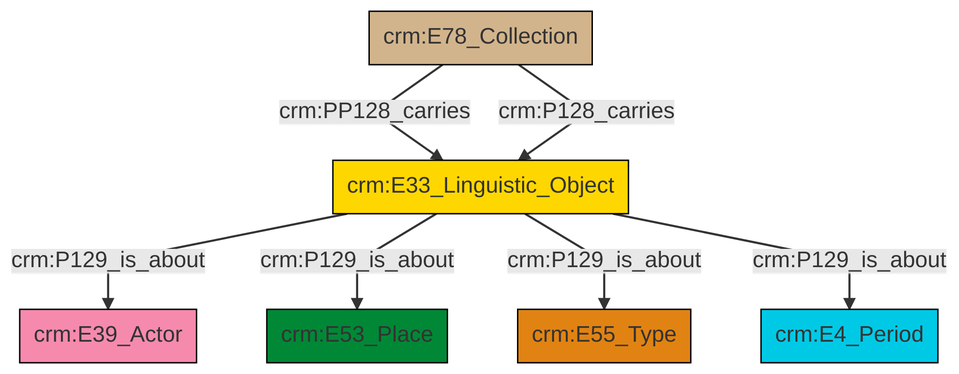
The Mermaid diagram et/archivalCSV/ttl/mmd/png/archival_aboutness.png in swiss-art-research-net/docs.swissartresearch, before a commit. Its source is kept beside it as et/archivalCSV/ttl/mmd/archival_aboutness.ttl.mmd.
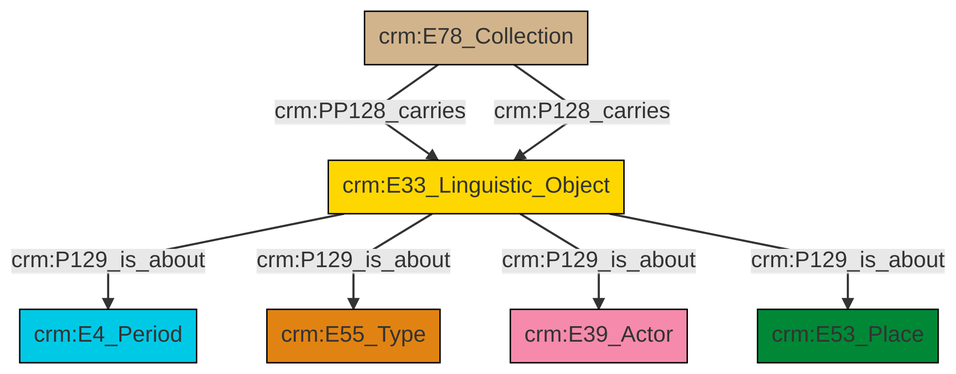
The same file after the commit.

What changed in the source:
```diff
@@ -14,8 +14,8 @@
 classDef Multi fill:#cccccc,stroke:#000000;
 
 0["crm:E78_Collection"]:::Physical_Thing -->|crm:PP128_carries| 1["crm:E33_Linguistic_Object"]:::Conceptual_Object
+1["crm:E33_Linguistic_Object"]:::Conceptual_Object -->|crm:P129_is_about| 2["crm:E4_Period"]:::Temporal_Entity
+0["crm:E78_Collection"]:::Physical_Thing -->|crm:P128_carries| 1["crm:E33_Linguistic_Object"]:::Conceptual_Object
+1["crm:E33_Linguistic_Object"]:::Conceptual_Object -->|crm:P129_is_about| 5["crm:E55_Type"]:::Type
 1["crm:E33_Linguistic_Object"]:::Conceptual_Object -->|crm:P129_is_about| 6["crm:E39_Actor"]:::Actor
-1["crm:E33_Linguistic_Object"]:::Conceptual_Object -->|crm:P129_is_about| 7["crm:E53_Place"]:::Place
-1["crm:E33_Linguistic_Object"]:::Conceptual_Object -->|crm:P129_is_about| 2["crm:E55_Type"]:::Type
-0["crm:E78_Collection"]:::Physical_Thing -->|crm:P128_carries| 1["crm:E33_Linguistic_Object"]:::Conceptual_Object
-1["crm:E33_Linguistic_Object"]:::Conceptual_Object -->|crm:P129_is_about| 10["crm:E4_Period"]:::Temporal_Entity
+1["crm:E33_Linguistic_Object"]:::Conceptual_Object -->|crm:P129_is_about| 9["crm:E53_Place"]:::Place
```
